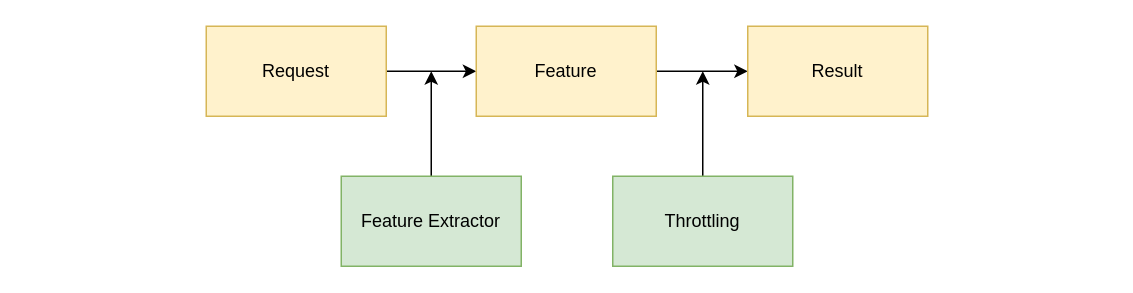
Earlier version of the draw.io diagram page "throttling process" (6 of 8) of news.drawio (d0ngjun/drawio). Source tidied: cells renumbered, new cells numbered last; positions are measured from the earlier drawing's top-left corner, leaving out a move shared by most shapes. Both pictures are drawn from the tidied source at 150%, with x=0, y=0 at pixel (206, 26).
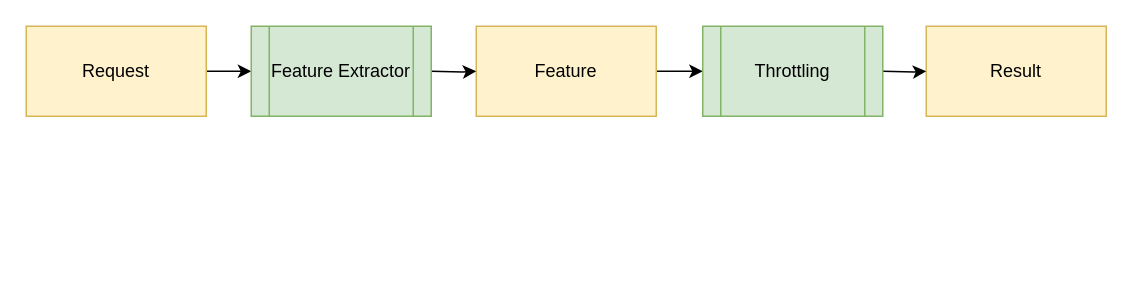
After the change.

Commit message (it also covers changes not shown here):
feature extractor refactor

What changed in the source:
```diff
@@
 <mxGraphModel>
   <root>
     <mxCell id="0" />
     <mxCell id="1" parent="0" />
-    <mxCell id="2" style="edgeStyle=orthogonalEdgeStyle;rounded=0;jettySize=auto;html=1;" parent="1" edge="1" source="3" target="5">
-      <mxGeometry relative="1" as="geometry" />
-    </mxCell>
+    <mxCell id="11" style="edgeStyle=orthogonalEdgeStyle;rounded=0;jettySize=auto;html=1;" parent="1" edge="1" source="3">
+      <mxGeometry relative="1" as="geometry">
+        <mxPoint x="30" y="30" as="targetPoint" />
+      </mxGeometry>
+    </mxCell>
     <mxCell id="3" value="Request" style="rounded=0;whiteSpace=wrap;html=1;fillColor=#fff2cc;strokeColor=#d6b656;" parent="1" vertex="1">
-      <mxGeometry width="120" height="60" as="geometry" />
+      <mxGeometry x="-120" width="120" height="60" as="geometry" />
     </mxCell>
-    <mxCell id="4" style="edgeStyle=orthogonalEdgeStyle;rounded=0;jettySize=auto;html=1;" parent="1" edge="1" source="5" target="6">
-      <mxGeometry relative="1" as="geometry" />
-    </mxCell>
+    <mxCell id="12" style="edgeStyle=orthogonalEdgeStyle;rounded=0;jettySize=auto;html=1;" parent="1" edge="1" source="5">
+      <mxGeometry relative="1" as="geometry">
+        <mxPoint x="331" y="30" as="targetPoint" />
+      </mxGeometry>
+    </mxCell>
     <mxCell id="5" value="Feature" style="rounded=0;whiteSpace=wrap;html=1;fillColor=#fff2cc;strokeColor=#d6b656;" parent="1" vertex="1">
       <mxGeometry x="180" width="120" height="60" as="geometry" />
     </mxCell>
     <mxCell id="6" value="Result" style="rounded=0;whiteSpace=wrap;html=1;fillColor=#fff2cc;strokeColor=#d6b656;" parent="1" vertex="1">
-      <mxGeometry x="361" width="120" height="60" as="geometry" />
+      <mxGeometry x="480" width="120" height="60" as="geometry" />
     </mxCell>
-    <mxCell id="7" style="edgeStyle=orthogonalEdgeStyle;rounded=0;jettySize=auto;html=1;" parent="1" edge="1" source="8">
-      <mxGeometry relative="1" as="geometry">
-        <mxPoint x="150" y="30" as="targetPoint" />
-      </mxGeometry>
-    </mxCell>
+    <mxCell id="13" style="edgeStyle=orthogonalEdgeStyle;rounded=0;jettySize=auto;html=1;" parent="1" edge="1" target="5">
+      <mxGeometry relative="1" as="geometry">
+        <mxPoint x="150" y="30" as="sourcePoint" />
+      </mxGeometry>
+    </mxCell>
+    <mxCell id="14" style="edgeStyle=orthogonalEdgeStyle;rounded=0;jettySize=auto;html=1;" parent="1" edge="1" target="6">
+      <mxGeometry relative="1" as="geometry">
+        <mxPoint x="451" y="30" as="sourcePoint" />
+      </mxGeometry>
+    </mxCell>
-    <mxCell id="8" value="Feature Extractor" style="rounded=0;whiteSpace=wrap;html=1;fillColor=#d5e8d4;strokeColor=#82b366;" parent="1" vertex="1">
-      <mxGeometry x="90" y="100" width="120" height="60" as="geometry" />
+    <mxCell id="8" value="Feature Extractor" style="shape=process;whiteSpace=wrap;html=1;backgroundOutline=1;fillColor=#d5e8d4;strokeColor=#82b366;" parent="1" vertex="1">
+      <mxGeometry x="30" width="120" height="60" as="geometry" />
     </mxCell>
-    <mxCell id="9" style="edgeStyle=orthogonalEdgeStyle;rounded=0;jettySize=auto;html=1;" parent="1" edge="1" source="10">
-      <mxGeometry relative="1" as="geometry">
-        <mxPoint x="331" y="30" as="targetPoint" />
-      </mxGeometry>
-    </mxCell>
-    <mxCell id="10" value="Throttling" style="rounded=0;whiteSpace=wrap;html=1;fillColor=#d5e8d4;strokeColor=#82b366;" parent="1" vertex="1">
-      <mxGeometry x="271" y="100" width="120" height="60" as="geometry" />
+    <mxCell id="10" value="Throttling" style="shape=process;whiteSpace=wrap;html=1;backgroundOutline=1;fillColor=#d5e8d4;strokeColor=#82b366;" parent="1" vertex="1">
+      <mxGeometry x="331" width="120" height="60" as="geometry" />
     </mxCell>
   </root>
 </mxGraphModel>
```
